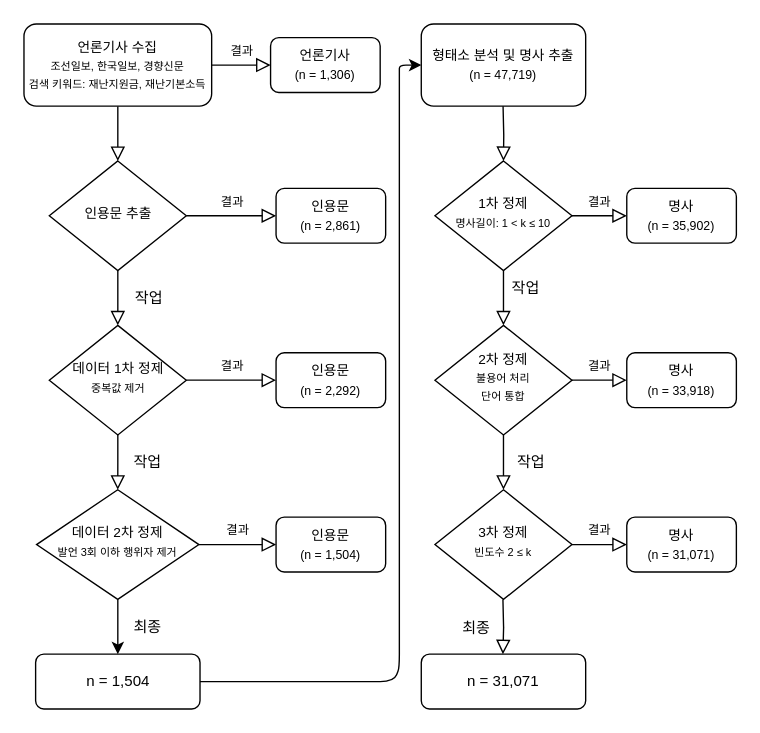
kjsang/discourse.rf keeps this draw.io diagram as prep.drawio. Above is the earlier version. Source tidied: cells renumbered, new cells numbered last; positions are measured from the earlier drawing's top-left corner, leaving out a move shared by most shapes. Both pictures are drawn from the tidied source at 137%, with x=0, y=0 at pixel (23, 23).
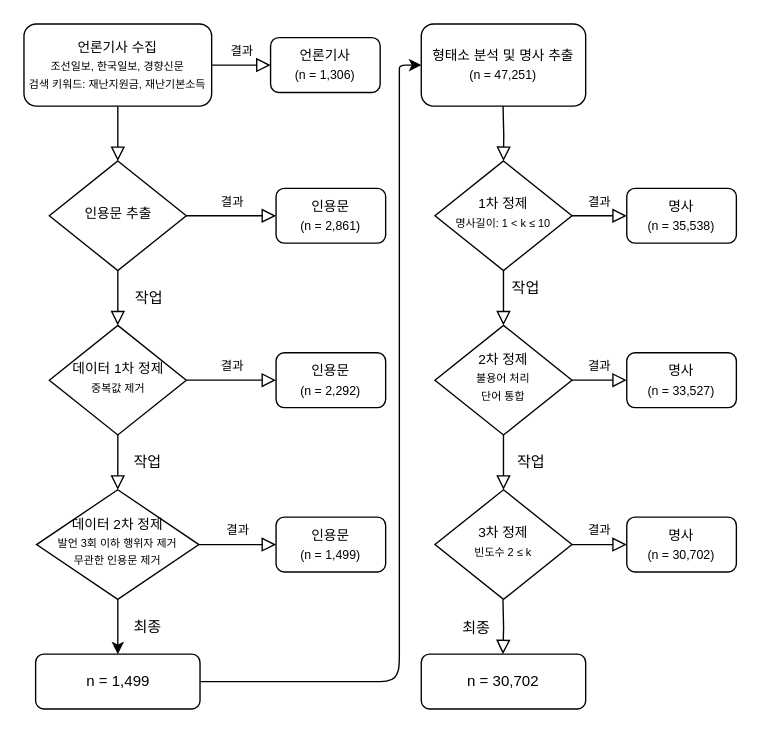
The same page after the edit.

What changed in the source:
```diff
@@
-    <mxCell id="11" value="n = 1,504" style="rounded=1;whiteSpace=wrap;html=1;fontSize=11;glass=0;strokeWidth=1;shadow=0;" parent="1" vertex="1">
+    <mxCell id="11" value="n = 1,499" style="rounded=1;whiteSpace=wrap;html=1;fontSize=11;glass=0;strokeWidth=1;shadow=0;" parent="1" vertex="1">
       <mxGeometry x="8.5" y="460" width="120" height="40" as="geometry" />
     </mxCell>
@@
-    <mxCell id="14" value="&lt;font style=&quot;font-size: 10px&quot;&gt;형태소 분석 및 명사 추출&lt;br&gt;&lt;/font&gt;&lt;font style=&quot;font-size: 9px&quot;&gt;(n = 47,719)&lt;/font&gt;" style="rounded=1;whiteSpace=wrap;html=1;fontSize=11;" parent="1" vertex="1">
+    <mxCell id="14" value="&lt;font style=&quot;font-size: 10px&quot;&gt;형태소 분석 및 명사 추출&lt;br&gt;&lt;/font&gt;&lt;font style=&quot;font-size: 9px&quot;&gt;(n = 47,251)&lt;/font&gt;" style="rounded=1;whiteSpace=wrap;html=1;fontSize=11;" parent="1" vertex="1">
       <mxGeometry x="290" width="120" height="60" as="geometry" />
     </mxCell>
@@
-    <mxCell id="18" value="&lt;font style=&quot;font-size: 10px&quot;&gt;명사&lt;br&gt;&lt;/font&gt;&lt;font style=&quot;font-size: 9px&quot;&gt;(n = 35,902)&lt;/font&gt;" style="rounded=1;whiteSpace=wrap;html=1;fontSize=11;glass=0;strokeWidth=1;shadow=0;" parent="1" vertex="1">
+    <mxCell id="18" value="&lt;font style=&quot;font-size: 10px&quot;&gt;명사&lt;br&gt;&lt;/font&gt;&lt;font style=&quot;font-size: 9px&quot;&gt;(n = 35,538)&lt;/font&gt;" style="rounded=1;whiteSpace=wrap;html=1;fontSize=11;glass=0;strokeWidth=1;shadow=0;" parent="1" vertex="1">
       <mxGeometry x="440" y="120" width="80" height="40" as="geometry" />
     </mxCell>
@@
-    <mxCell id="22" value="n = 31,071" style="rounded=1;whiteSpace=wrap;html=1;fontSize=11;glass=0;strokeWidth=1;shadow=0;" parent="1" vertex="1">
+    <mxCell id="22" value="n = 30,702" style="rounded=1;whiteSpace=wrap;html=1;fontSize=11;glass=0;strokeWidth=1;shadow=0;" parent="1" vertex="1">
       <mxGeometry x="290" y="460" width="120" height="40" as="geometry" />
     </mxCell>
-    <mxCell id="23" value="&lt;font style=&quot;font-size: 10px&quot;&gt;명사&lt;br&gt;&lt;/font&gt;&lt;font style=&quot;font-size: 9px&quot;&gt;(n = 33,918)&lt;/font&gt;" style="rounded=1;whiteSpace=wrap;html=1;fontSize=11;glass=0;strokeWidth=1;shadow=0;" parent="1" vertex="1">
+    <mxCell id="23" value="&lt;font style=&quot;font-size: 10px&quot;&gt;명사&lt;br&gt;&lt;/font&gt;&lt;font style=&quot;font-size: 9px&quot;&gt;(n = 33,527)&lt;/font&gt;" style="rounded=1;whiteSpace=wrap;html=1;fontSize=11;glass=0;strokeWidth=1;shadow=0;" parent="1" vertex="1">
       <mxGeometry x="440" y="240" width="80" height="40" as="geometry" />
     </mxCell>
@@
-    <mxCell id="27" value="&lt;font style=&quot;font-size: 10px&quot;&gt;명사&lt;br&gt;&lt;/font&gt;&lt;font style=&quot;font-size: 9px&quot;&gt;(n = 31,071)&lt;/font&gt;" style="rounded=1;whiteSpace=wrap;html=1;fontSize=11;glass=0;strokeWidth=1;shadow=0;" parent="1" vertex="1">
+    <mxCell id="27" value="&lt;font style=&quot;font-size: 10px&quot;&gt;명사&lt;br&gt;&lt;/font&gt;&lt;font style=&quot;font-size: 9px&quot;&gt;(n = 30,702)&lt;/font&gt;" style="rounded=1;whiteSpace=wrap;html=1;fontSize=11;glass=0;strokeWidth=1;shadow=0;" parent="1" vertex="1">
       <mxGeometry x="440" y="360" width="80" height="40" as="geometry" />
     </mxCell>
@@
-    <mxCell id="34" value="&lt;font style=&quot;font-size: 10px&quot;&gt;데이터 2차 정제&lt;br&gt;&lt;/font&gt;&lt;span style=&quot;font-size: 8px&quot;&gt;발언 3회 이하 행위자 제거&lt;/span&gt;" style="rhombus;whiteSpace=wrap;html=1;shadow=0;fontFamily=Helvetica;fontSize=11;align=center;strokeWidth=1;spacing=6;spacingTop=-4;" parent="1" vertex="1">
+    <mxCell id="34" value="&lt;font style=&quot;font-size: 10px&quot;&gt;데이터 2차 정제&lt;br&gt;&lt;/font&gt;&lt;span style=&quot;font-size: 8px&quot;&gt;발언 3회 이하 행위자 제거&lt;br&gt;무관한 인용문 제거&lt;br&gt;&lt;/span&gt;" style="rhombus;whiteSpace=wrap;html=1;shadow=0;fontFamily=Helvetica;fontSize=11;align=center;strokeWidth=1;spacing=6;spacingTop=-4;" parent="1" vertex="1">
       <mxGeometry x="9.2" y="340" width="118.5" height="80" as="geometry" />
     </mxCell>
-    <mxCell id="35" value="&lt;font style=&quot;font-size: 10px&quot;&gt;인용문&lt;br&gt;&lt;/font&gt;&lt;font style=&quot;font-size: 9px&quot;&gt;(n = 1,504)&lt;/font&gt;" style="rounded=1;whiteSpace=wrap;html=1;fontSize=11;glass=0;strokeWidth=1;shadow=0;" parent="1" vertex="1">
+    <mxCell id="35" value="&lt;font style=&quot;font-size: 10px&quot;&gt;인용문&lt;br&gt;&lt;/font&gt;&lt;font style=&quot;font-size: 9px&quot;&gt;(n = 1,499)&lt;/font&gt;" style="rounded=1;whiteSpace=wrap;html=1;fontSize=11;glass=0;strokeWidth=1;shadow=0;" parent="1" vertex="1">
       <mxGeometry x="184" y="360" width="80" height="40" as="geometry" />
     </mxCell>
```
